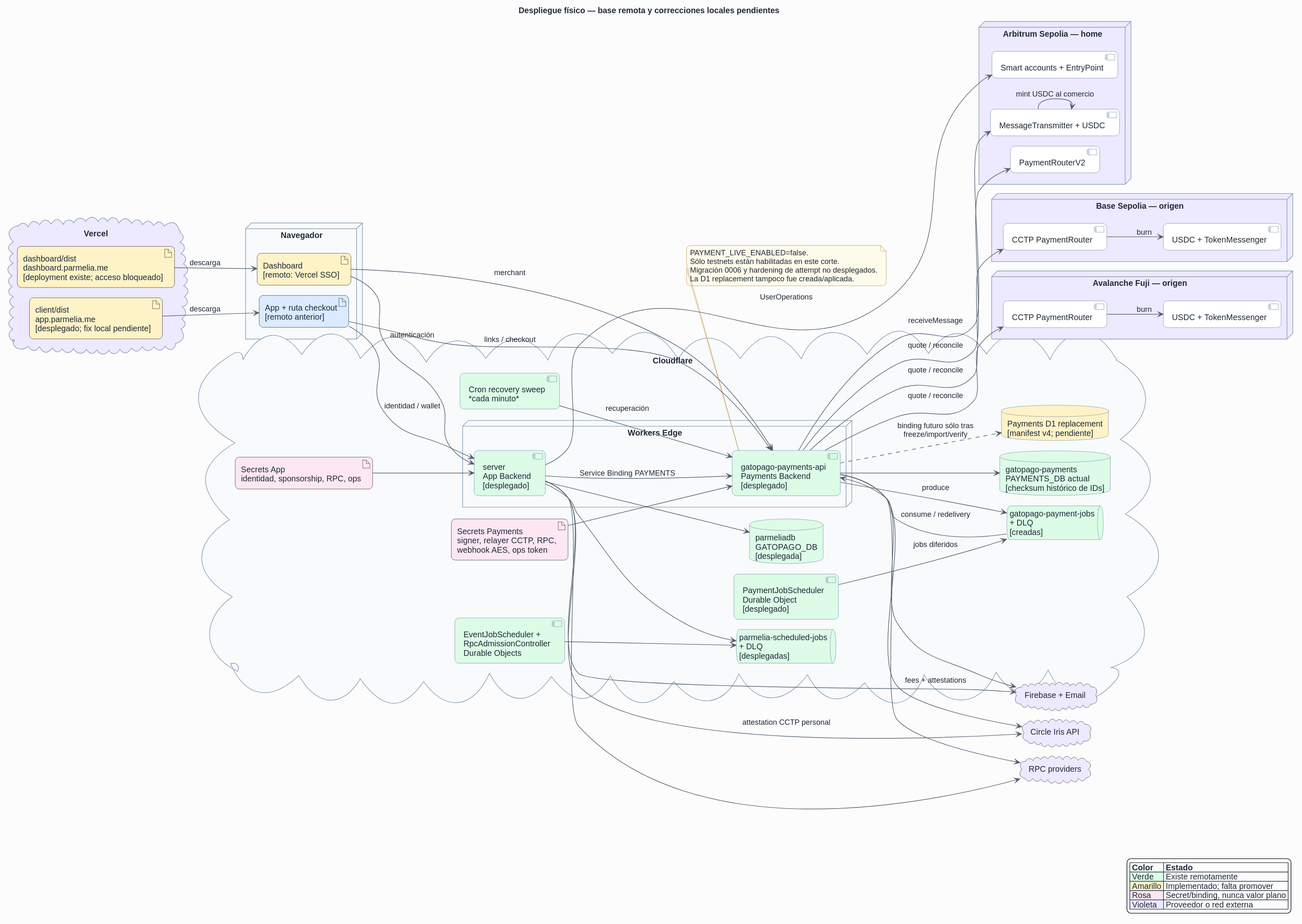
The PlantUML diagram docs/architecture/rendered/08-despliegue-fase-2-1.svg in danelerr/parmelia-links, before a commit.
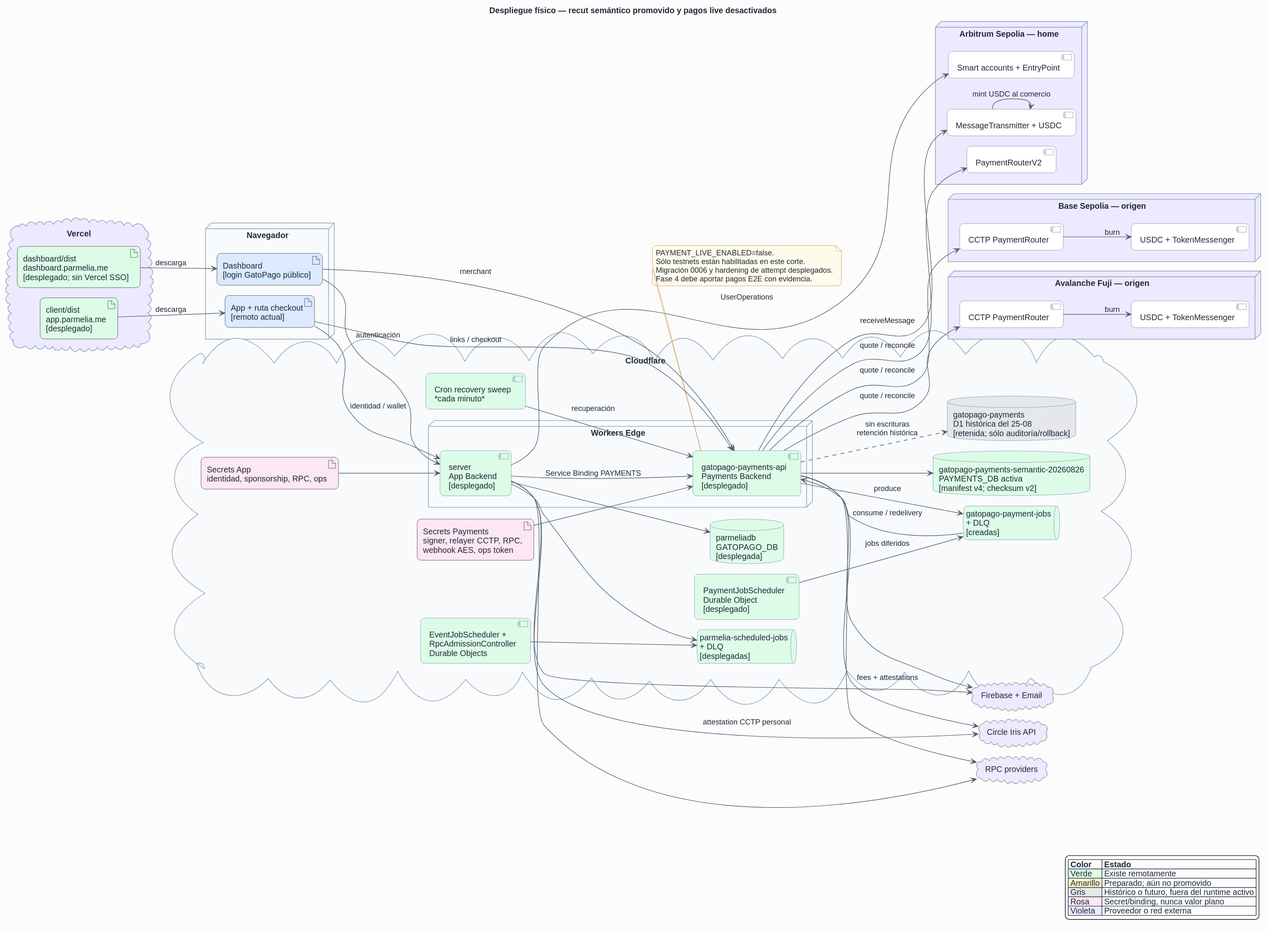
Above is the later version.

The edit, as a diff of the source:
```diff
@@ -1,18 +1,18 @@
 @startuml
 !include _theme.puml
-title Despliegue físico — base remota y correcciones locales pendientes
+title Despliegue físico — recut semántico promovido y pagos live desactivados
 
 left to right direction
 skinparam linetype ortho
 
 node "Navegador" as browser {
-  artifact "App + ruta checkout\n[remoto anterior]" as app_web COLOR_WEB
-  artifact "Dashboard\n[remoto: Vercel SSO]" as dashboard_web COLOR_READY
+  artifact "App + ruta checkout\n[remoto actual]" as app_web COLOR_WEB
+  artifact "Dashboard\n[login GatoPago público]" as dashboard_web COLOR_WEB
 }
 
 cloud "Vercel" as vercel COLOR_EXTERNAL {
-  artifact "client/dist\napp.parmelia.me\n[desplegado; fix local pendiente]" as client_dist COLOR_READY
-  artifact "dashboard/dist\ndashboard.parmelia.me\n[deployment existe; acceso bloqueado]" as dashboard_dist COLOR_READY
+  artifact "client/dist\napp.parmelia.me\n[desplegado]" as client_dist COLOR_LIVE
+  artifact "dashboard/dist\ndashboard.parmelia.me\n[desplegado; sin Vercel SSO]" as dashboard_dist COLOR_LIVE
 }
 
 cloud "Cloudflare" as cf {
@@ -25,8 +25,8 @@
   queue "parmelia-scheduled-jobs\n+ DLQ\n[desplegadas]" as app_queue COLOR_LIVE
   component "EventJobScheduler +\nRpcAdmissionController\nDurable Objects" as app_do COLOR_LIVE
 
-  database "gatopago-payments\nPAYMENTS_DB actual\n[checksum histórico de IDs]" as payments_d1 COLOR_LIVE
-  database "Payments D1 replacement\n[manifest v4; pendiente]" as replacement_payments_d1 COLOR_READY
+  database "gatopago-payments-semantic-20260826\nPAYMENTS_DB activa\n[manifest v4; checksum v2]" as payments_d1 COLOR_LIVE
+  database "gatopago-payments\nD1 histórica del 25-08\n[retenida; sólo auditoría/rollback]" as historical_payments_d1 COLOR_FUTURE
   queue "gatopago-payment-jobs\n+ DLQ\n[creadas]" as payments_queue COLOR_LIVE
   component "PaymentJobScheduler\nDurable Object\n[desplegado]" as payments_do COLOR_LIVE
   component "Cron recovery sweep\n*cada minuto*" as payments_cron COLOR_LIVE
@@ -69,7 +69,7 @@
 app_secrets --> app_worker
 
 payments_worker --> payments_d1
-payments_worker ..> replacement_payments_d1 : binding futuro sólo tras\nfreeze/import/verify
+payments_worker ..> historical_payments_d1 : sin escrituras\nretención histórica
 payments_worker --> payments_queue : produce
 payments_queue --> payments_worker : consume / redelivery
 payments_do --> payments_queue : jobs diferidos
@@ -95,14 +95,15 @@
 note bottom of payments_worker
   PAYMENT_LIVE_ENABLED=false.
   Sólo testnets están habilitadas en este corte.
-  Migración 0006 y hardening de attempt no desplegados.
-  La D1 replacement tampoco fue creada/aplicada.
+  Migración 0006 y hardening de attempt desplegados.
+  Fase 4 debe aportar pagos E2E con evidencia.
 end note
 
 legend right
   |= Color |= Estado |
   |<#DCFCE7> Verde | Existe remotamente |
-  |<#FEF3C7> Amarillo | Implementado; falta promover |
+  |<#FEF3C7> Amarillo | Preparado; aún no promovido |
+  |<#E5E7EB> Gris | Histórico o futuro, fuera del runtime activo |
   |<#FCE7F3> Rosa | Secret/binding, nunca valor plano |
   |<#EDE9FE> Violeta | Proveedor o red externa |
 endlegend
```
